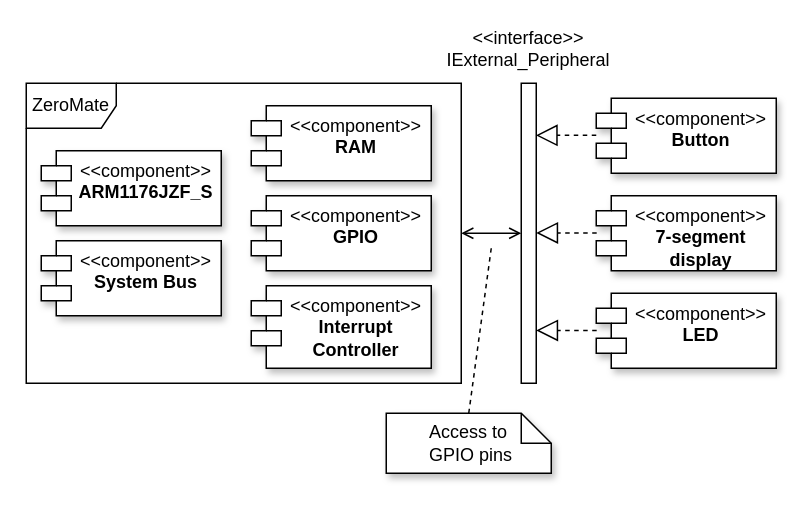
Earlier version of the draw.io diagram docs/diagrams/peripherals/peripherals.drawio (silhavyj/ZeroMate). Source tidied: cells renumbered, new cells numbered last; positions are measured from the earlier drawing's top-left corner, leaving out a move shared by most shapes. Both pictures are drawn from the tidied source at 150%, with x=0, y=0 at pixel (26, 26).
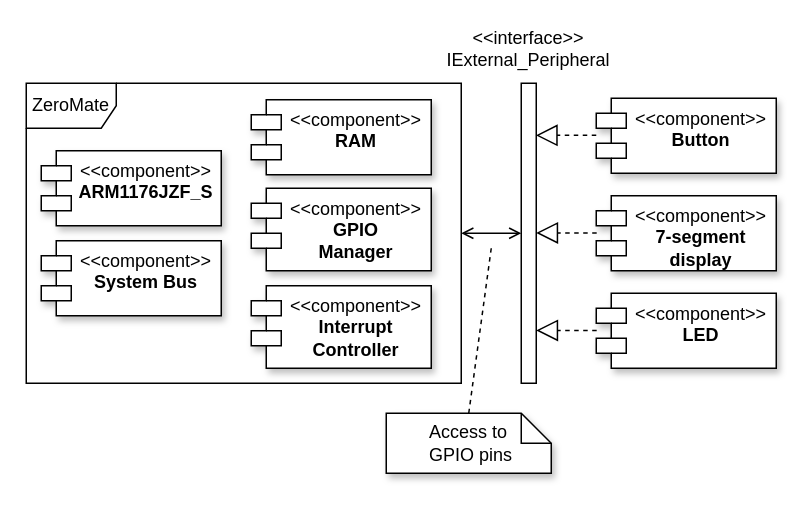
The same page after the edit.

Commit message (it also covers changes not shown here):
Modified UML diagrams

The edit, as a diff of the source:
```diff
@@
     <mxCell id="3" value="&amp;lt;&amp;lt;component&amp;gt;&amp;gt;&lt;br&gt;&lt;b&gt;RAM&lt;/b&gt;" style="shape=module;align=left;spacingLeft=20;align=center;verticalAlign=top;whiteSpace=wrap;html=1;fontFamily=Computer Modern;shadow=1;" parent="1" vertex="1">
-      <mxGeometry x="150" y="53" width="120" height="50" as="geometry" />
+      <mxGeometry x="150" y="49" width="120" height="50" as="geometry" />
     </mxCell>
-    <mxCell id="4" value="&amp;lt;&amp;lt;component&amp;gt;&amp;gt;&lt;br&gt;&lt;b&gt;GPIO&lt;/b&gt;" style="shape=module;align=left;spacingLeft=20;align=center;verticalAlign=top;whiteSpace=wrap;html=1;fontFamily=Computer Modern;shadow=1;" parent="1" vertex="1">
-      <mxGeometry x="150" y="113" width="120" height="50" as="geometry" />
+    <mxCell id="4" value="&amp;lt;&amp;lt;component&amp;gt;&amp;gt;&lt;br&gt;&lt;b&gt;GPIO&lt;br&gt;Manager&lt;br&gt;&lt;/b&gt;" style="shape=module;align=left;spacingLeft=20;align=center;verticalAlign=top;whiteSpace=wrap;html=1;fontFamily=Computer Modern;shadow=1;" parent="1" vertex="1">
+      <mxGeometry x="150" y="108" width="120" height="55" as="geometry" />
     </mxCell>
```
